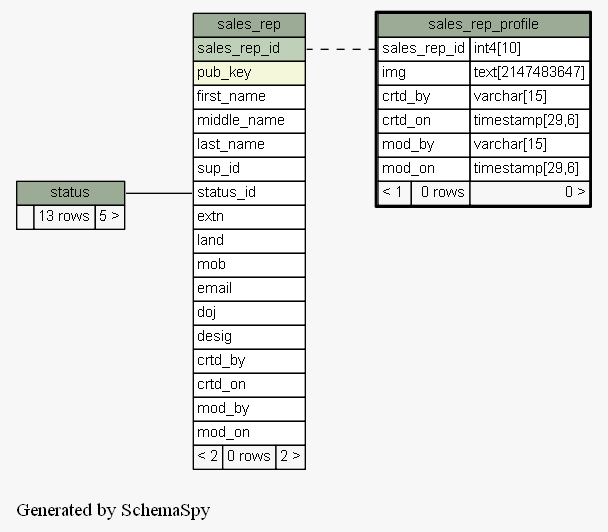
This is docs/database/schemaspy/graphs/sales_rep_profile.implied2degrees.png from engineerscraft/salesforce, a Graphviz export, as it was before one commit. Its source is kept beside it as docs/database/schemaspy/graphs/sales_rep_profile.implied2degrees.dot.
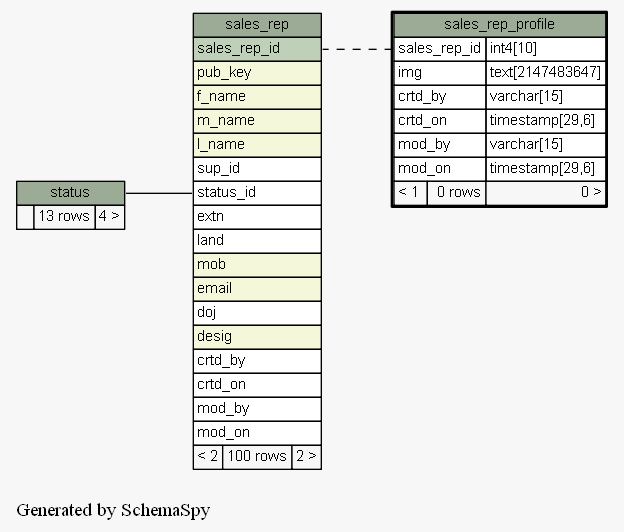
After the change.

What changed in the source:
```diff
@@ -21,22 +21,22 @@
       <TR><TD PORT="sales_rep.heading" COLSPAN="3" BGCOLOR="#9bab96" ALIGN="CENTER">sales_rep</TD></TR>
       <TR><TD PORT="sales_rep_id" COLSPAN="3" BGCOLOR="#bed1b8" ALIGN="LEFT">sales_rep_id</TD></TR>
       <TR><TD PORT="pub_key" COLSPAN="3" BGCOLOR="#f4f7da" ALIGN="LEFT">pub_key</TD></TR>
-      <TR><TD PORT="first_name" COLSPAN="3" ALIGN="LEFT">first_name</TD></TR>
-      <TR><TD PORT="middle_name" COLSPAN="3" ALIGN="LEFT">middle_name</TD></TR>
-      <TR><TD PORT="last_name" COLSPAN="3" ALIGN="LEFT">last_name</TD></TR>
+      <TR><TD PORT="f_name" COLSPAN="3" BGCOLOR="#f4f7da" ALIGN="LEFT">f_name</TD></TR>
+      <TR><TD PORT="m_name" COLSPAN="3" BGCOLOR="#f4f7da" ALIGN="LEFT">m_name</TD></TR>
+      <TR><TD PORT="l_name" COLSPAN="3" BGCOLOR="#f4f7da" ALIGN="LEFT">l_name</TD></TR>
       <TR><TD PORT="sup_id" COLSPAN="3" ALIGN="LEFT">sup_id</TD></TR>
       <TR><TD PORT="status_id" COLSPAN="3" ALIGN="LEFT">status_id</TD></TR>
       <TR><TD PORT="extn" COLSPAN="3" ALIGN="LEFT">extn</TD></TR>
       <TR><TD PORT="land" COLSPAN="3" ALIGN="LEFT">land</TD></TR>
-      <TR><TD PORT="mob" COLSPAN="3" ALIGN="LEFT">mob</TD></TR>
-      <TR><TD PORT="email" COLSPAN="3" ALIGN="LEFT">email</TD></TR>
+      <TR><TD PORT="mob" COLSPAN="3" BGCOLOR="#f4f7da" ALIGN="LEFT">mob</TD></TR>
+      <TR><TD PORT="email" COLSPAN="3" BGCOLOR="#f4f7da" ALIGN="LEFT">email</TD></TR>
       <TR><TD PORT="doj" COLSPAN="3" ALIGN="LEFT">doj</TD></TR>
-      <TR><TD PORT="desig" COLSPAN="3" ALIGN="LEFT">desig</TD></TR>
+      <TR><TD PORT="desig" COLSPAN="3" BGCOLOR="#f4f7da" ALIGN="LEFT">desig</TD></TR>
       <TR><TD PORT="crtd_by" COLSPAN="3" ALIGN="LEFT">crtd_by</TD></TR>
       <TR><TD PORT="crtd_on" COLSPAN="3" ALIGN="LEFT">crtd_on</TD></TR>
       <TR><TD PORT="mod_by" COLSPAN="3" ALIGN="LEFT">mod_by</TD></TR>
       <TR><TD PORT="mod_on" COLSPAN="3" ALIGN="LEFT">mod_on</TD></TR>
-      <TR><TD ALIGN="LEFT" BGCOLOR="#f7f7f7">&lt; 2</TD><TD ALIGN="RIGHT" BGCOLOR="#f7f7f7">0 rows</TD><TD ALIGN="RIGHT" BGCOLOR="#f7f7f7">2 &gt;</TD></TR>
+      <TR><TD ALIGN="LEFT" BGCOLOR="#f7f7f7">&lt; 2</TD><TD ALIGN="RIGHT" BGCOLOR="#f7f7f7">100 rows</TD><TD ALIGN="RIGHT" BGCOLOR="#f7f7f7">2 &gt;</TD></TR>
     </TABLE>>
     URL="sales_rep.html#graph"
     tooltip="sales_rep"
@@ -60,7 +60,7 @@
     label=<
     <TABLE BORDER="0" CELLBORDER="1" CELLSPACING="0" BGCOLOR="#ffffff">
       <TR><TD PORT="status.heading" COLSPAN="3" BGCOLOR="#9bab96" ALIGN="CENTER">status</TD></TR>
-      <TR><TD ALIGN="LEFT" BGCOLOR="#f7f7f7">  </TD><TD ALIGN="RIGHT" BGCOLOR="#f7f7f7">13 rows</TD><TD ALIGN="RIGHT" BGCOLOR="#f7f7f7">5 &gt;</TD></TR>
+      <TR><TD ALIGN="LEFT" BGCOLOR="#f7f7f7">  </TD><TD ALIGN="RIGHT" BGCOLOR="#f7f7f7">13 rows</TD><TD ALIGN="RIGHT" BGCOLOR="#f7f7f7">4 &gt;</TD></TR>
     </TABLE>>
     URL="status.html#graph"
     tooltip="status"
```
